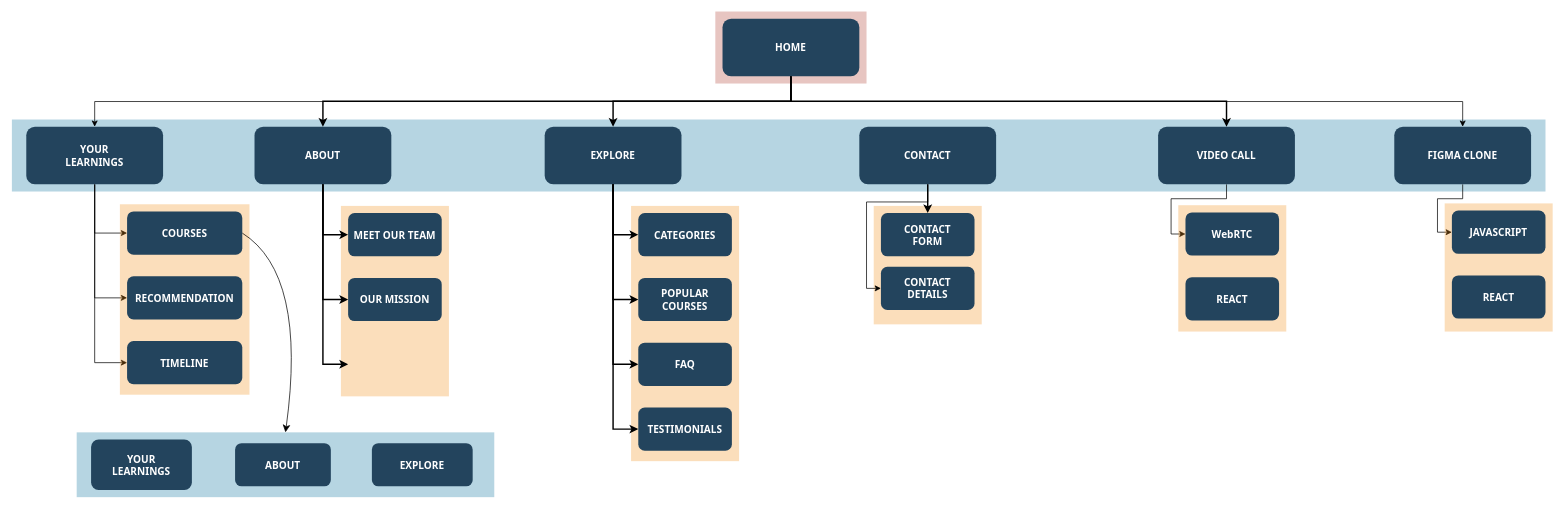
Before: Sitemap.drawio in ayush-ranjan07/DynamiX, a draw.io diagram. Source tidied: cells renumbered, new cells numbered last; positions are measured from the earlier drawing's top-left corner, leaving out a move shared by most shapes. Both pictures are drawn from the tidied source at 72%, with x=0, y=0 at pixel (12, 12).
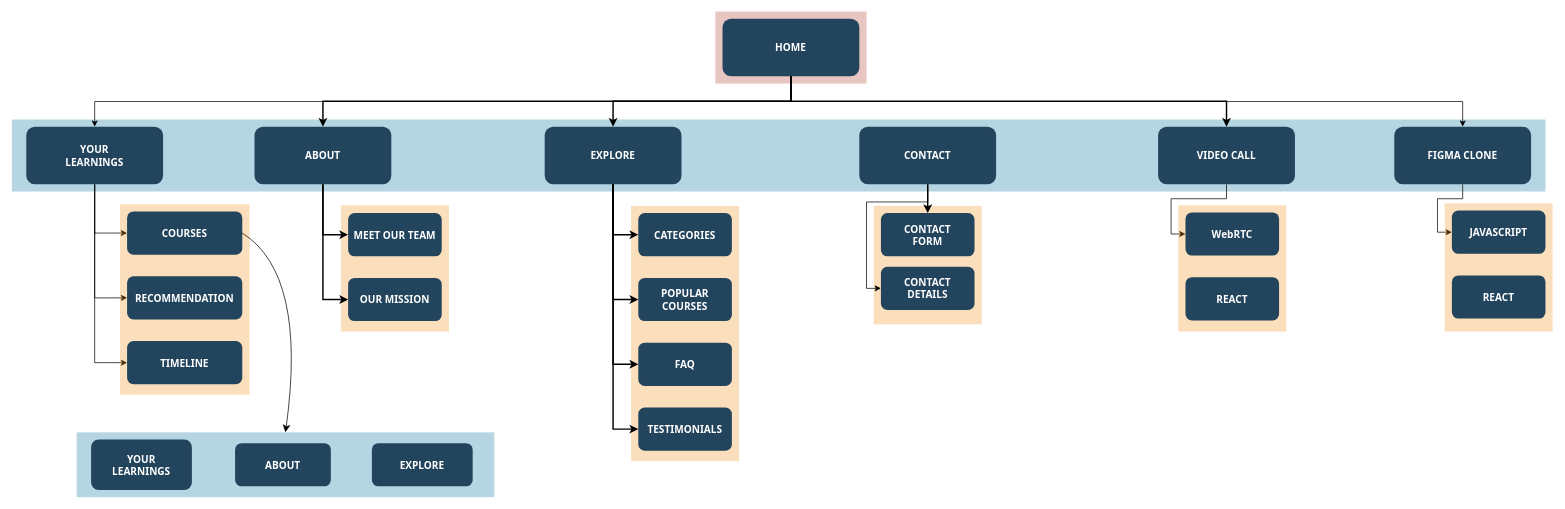
Above is the later version.

Unchanged cells that the change refers to:
```xml
<mxCell id="14" value="ABOUT" style="rounded=1;fillColor=#23445D;gradientColor=none;strokeColor=none;fontColor=#FFFFFF;fontStyle=1;fontFamily=Tahoma;fontSize=14;" parent="1" vertex="1">
  <mxGeometry x="337" y="159.5" width="190" height="80" as="geometry" />
</mxCell>
```

What changed in the source:
```diff
@@
     <mxCell id="5" style="fillColor=#F2931E;strokeColor=none;opacity=30;" parent="1" vertex="1">
-      <mxGeometry x="457" y="269.5" width="150" height="264.5" as="geometry" />
+      <mxGeometry x="457" y="268.5" width="150" height="175.5" as="geometry" />
     </mxCell>
@@
-    <mxCell id="22" style="edgeStyle=elbowEdgeStyle;elbow=horizontal;strokeWidth=2;rounded=0;" parent="1" edge="1" source="14">
-      <mxGeometry x="-23" y="135.5" as="geometry">
-        <mxPoint x="467" y="489.5" as="targetPoint" />
-        <Array as="points">
-          <mxPoint x="432" y="349.5" />
-        </Array>
-      </mxGeometry>
-    </mxCell>
```
